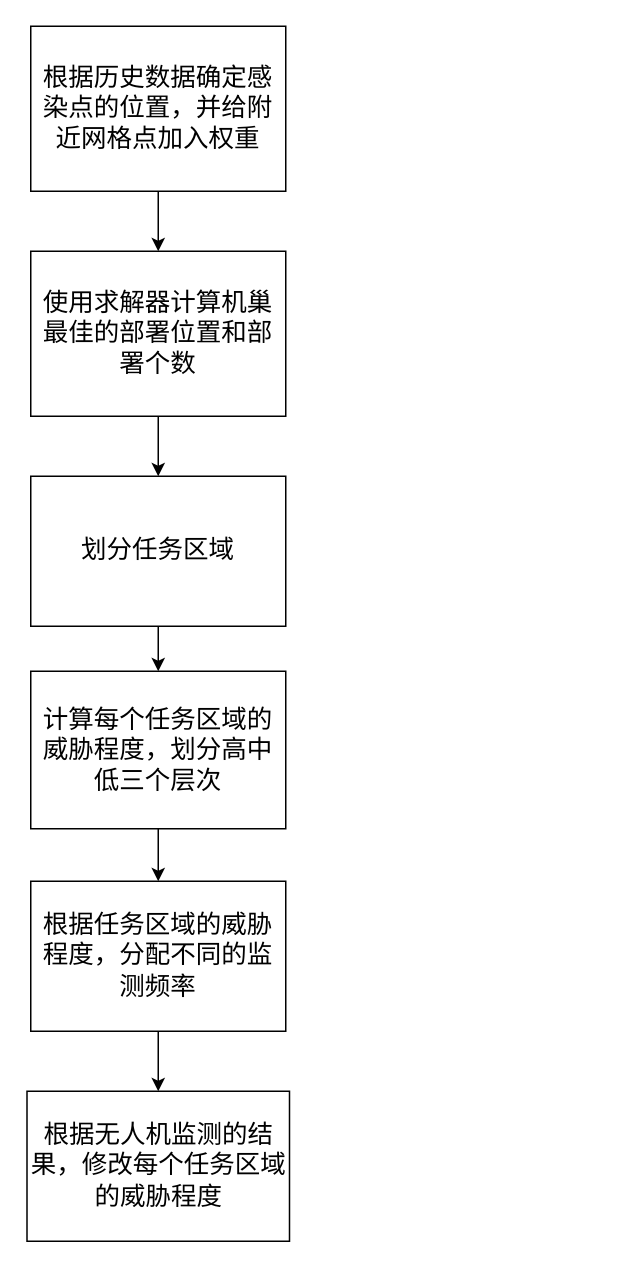
The draw.io diagram 权重修改逻辑.drawio in AGUANX/draw, before the edit. Source tidied: cells renumbered, new cells numbered last; positions are measured from the earlier drawing's top-left corner, leaving out a move shared by most shapes. Both pictures are drawn from the tidied source at 150%, with x=0, y=0 at pixel (27, 26).
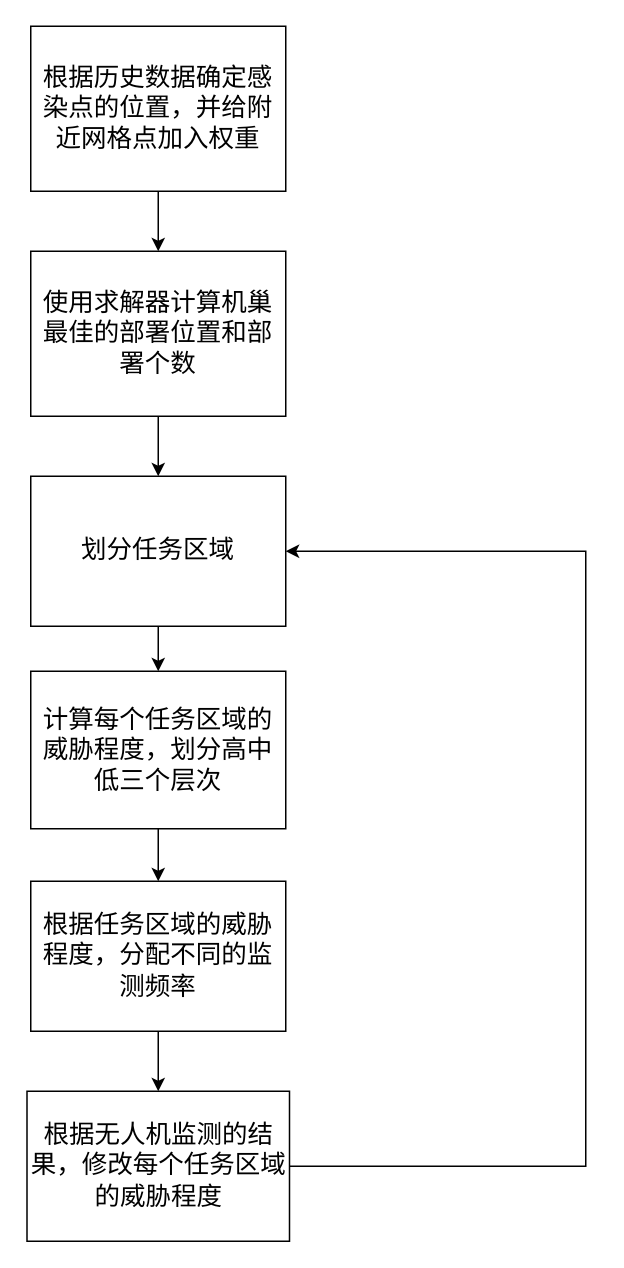
Above is the later version.

Commit message (it also covers changes not shown here):
更新权重修改逻辑.drawio

The edit, as a diff of the source:
```diff
@@
 <mxGraphModel>
   <root>
     <mxCell id="0" />
     <mxCell id="1" parent="0" />
     <mxCell id="2" style="edgeStyle=orthogonalEdgeStyle;rounded=0;jettySize=auto;html=1;fontSize=17;" parent="1" edge="1" source="3" target="5">
       <mxGeometry relative="1" as="geometry" />
     </mxCell>
     <mxCell id="3" value="根据历史数据确定感染点的位置，并给附近网格点加入权重" style="rounded=0;whiteSpace=wrap;html=1;fontSize=17;" parent="1" vertex="1">
       <mxGeometry x="2" width="170" height="110" as="geometry" />
     </mxCell>
     <mxCell id="4" style="edgeStyle=orthogonalEdgeStyle;rounded=0;jettySize=auto;html=1;" parent="1" edge="1" source="5" target="7">
       <mxGeometry relative="1" as="geometry" />
     </mxCell>
     <mxCell id="5" value="使用求解器计算机巢最佳的部署位置和部署个数" style="whiteSpace=wrap;html=1;rounded=0;fontSize=17;" parent="1" vertex="1">
       <mxGeometry x="2" y="150" width="170" height="110" as="geometry" />
     </mxCell>
     <mxCell id="6" style="edgeStyle=orthogonalEdgeStyle;rounded=0;jettySize=auto;html=1;" parent="1" edge="1" source="7" target="9">
       <mxGeometry relative="1" as="geometry" />
     </mxCell>
     <mxCell id="7" value="划分任务区域" style="whiteSpace=wrap;html=1;fontSize=17;rounded=0;" parent="1" vertex="1">
       <mxGeometry x="2" y="300" width="170" height="100" as="geometry" />
     </mxCell>
     <mxCell id="8" style="edgeStyle=orthogonalEdgeStyle;rounded=0;jettySize=auto;html=1;" parent="1" edge="1" source="9" target="11">
       <mxGeometry relative="1" as="geometry" />
     </mxCell>
     <mxCell id="9" value="计算每个任务区域的威胁程度，划分高中低三个层次" style="whiteSpace=wrap;html=1;fontSize=17;rounded=0;" parent="1" vertex="1">
       <mxGeometry x="2" y="430" width="170" height="105" as="geometry" />
     </mxCell>
     <mxCell id="10" style="edgeStyle=orthogonalEdgeStyle;rounded=0;jettySize=auto;html=1;" parent="1" edge="1" source="11" target="12">
       <mxGeometry relative="1" as="geometry" />
     </mxCell>
     <mxCell id="11" value="根据任务区域的威胁程度，分配不同的监测频率" style="whiteSpace=wrap;html=1;fontSize=17;rounded=0;" parent="1" vertex="1">
       <mxGeometry x="2" y="570" width="170" height="100" as="geometry" />
     </mxCell>
+    <mxCell id="13" style="edgeStyle=orthogonalEdgeStyle;rounded=0;jettySize=auto;html=1;" parent="1" edge="1" source="12" target="7">
+      <mxGeometry relative="1" as="geometry">
+        <Array as="points">
+          <mxPoint x="372" y="760" />
+          <mxPoint x="372" y="350" />
+        </Array>
+      </mxGeometry>
+    </mxCell>
     <mxCell id="12" value="根据无人机监测的结果，修改每个任务区域的威胁程度" style="whiteSpace=wrap;html=1;fontSize=17;rounded=0;" parent="1" vertex="1">
       <mxGeometry x="-0.5" y="710" width="175" height="100" as="geometry" />
     </mxCell>
   </root>
 </mxGraphModel>
```
